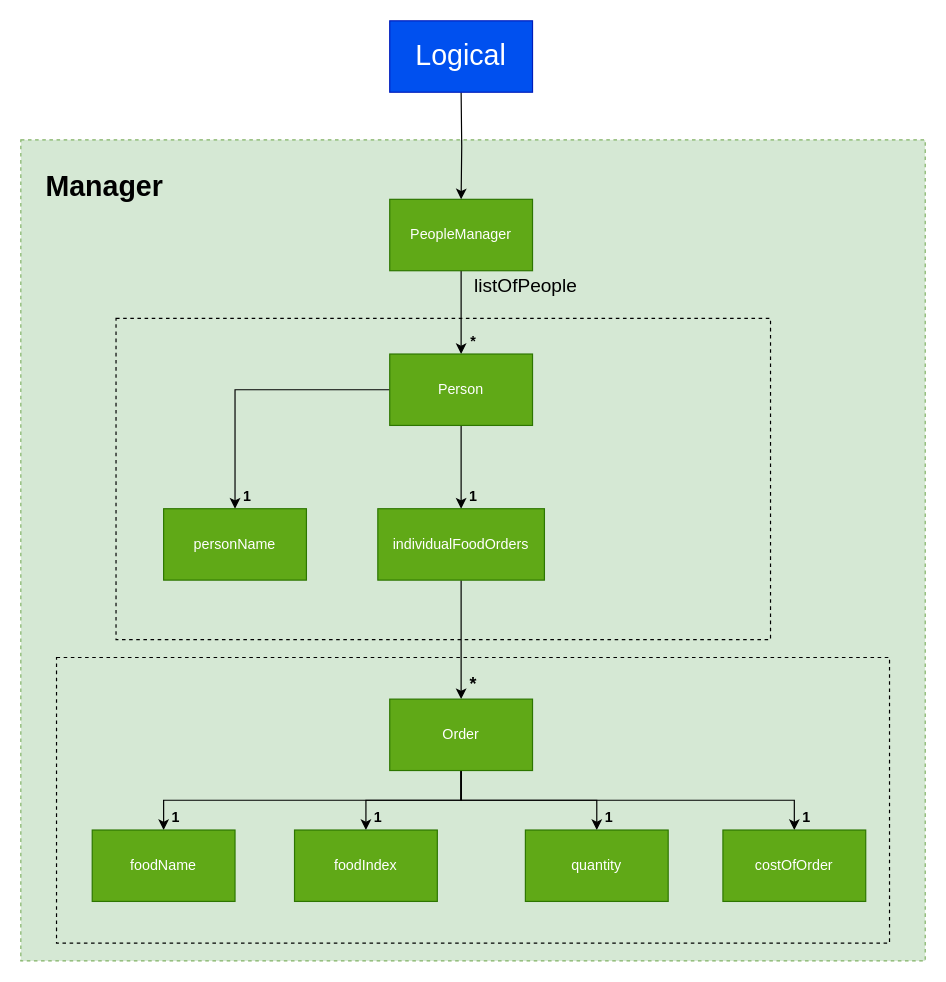
thaddyyz/tp keeps this draw.io diagram as UMLdiagrams/PeopleManagerDiagram/PeopleManagerDiagram.drawio. Above is the earlier version. Source tidied: cells renumbered, new cells numbered last; positions are measured from the earlier drawing's top-left corner, leaving out a move shared by most shapes. Both pictures are drawn from the tidied source at 119%, with x=0, y=0 at pixel (20, 20).
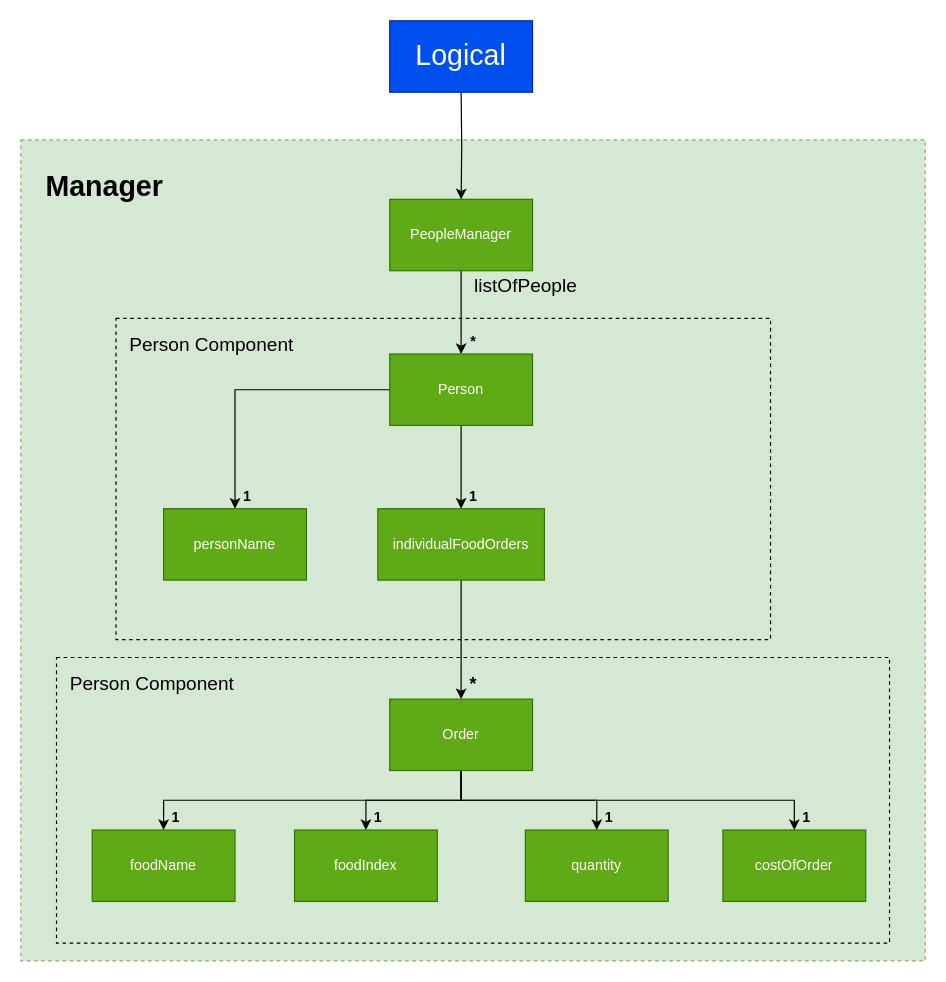
After the change.

The edit, as a diff of the source:
```diff
@@
+    <mxCell id="34" value="&lt;span style=&quot;font-size: 16px ; font-weight: 400&quot;&gt;Person Component&lt;/span&gt;" style="text;strokeColor=none;fillColor=none;html=1;fontSize=24;fontStyle=1;verticalAlign=middle;align=center;" parent="1" vertex="1">
+      <mxGeometry x="110" y="250" width="100" height="40" as="geometry" />
+    </mxCell>
+    <mxCell id="35" value="&lt;span style=&quot;font-size: 16px ; font-weight: 400&quot;&gt;Person Component&lt;/span&gt;" style="text;strokeColor=none;fillColor=none;html=1;fontSize=24;fontStyle=1;verticalAlign=middle;align=center;" parent="1" vertex="1">
+      <mxGeometry x="60" y="535" width="100" height="40" as="geometry" />
+    </mxCell>
```
